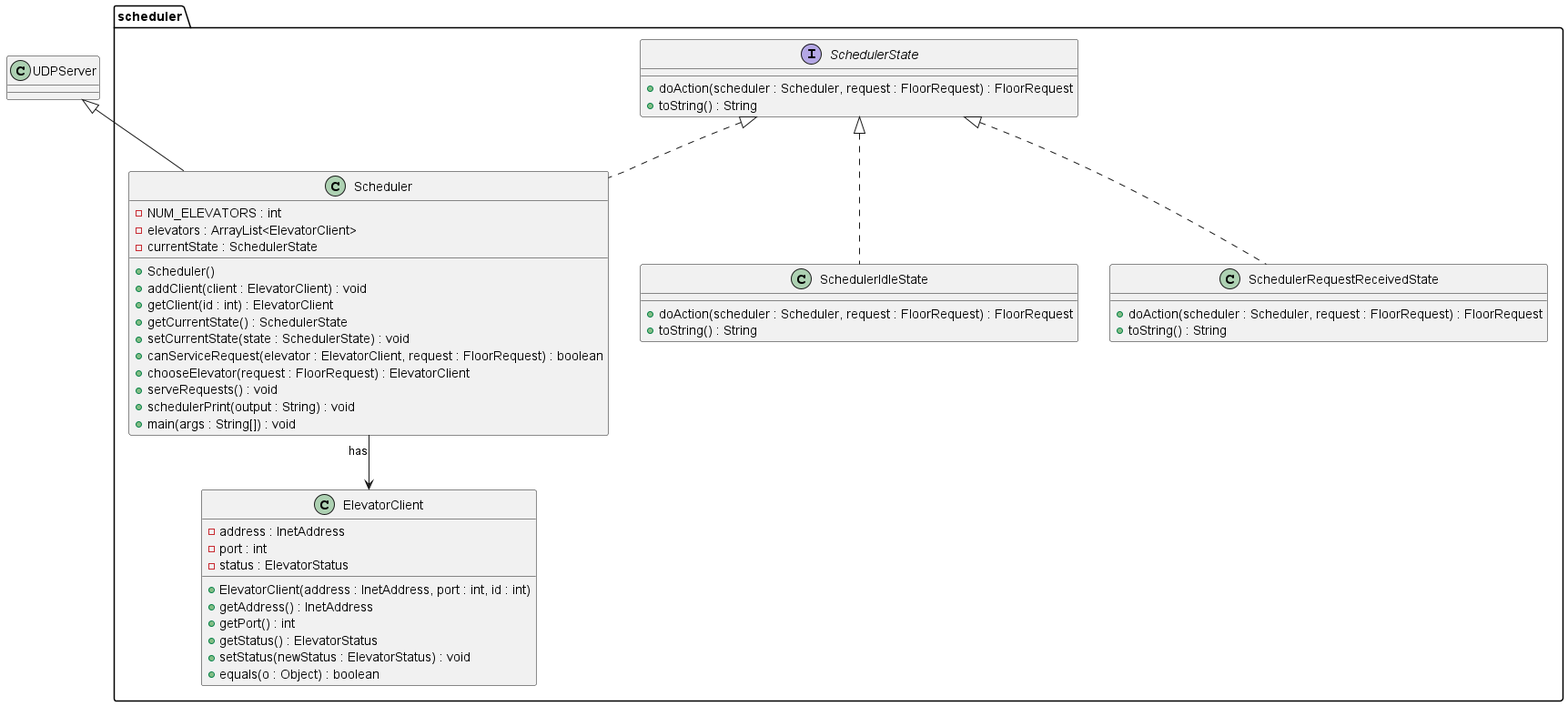
The PlantUML diagram docs/SchedulerSubsystemClassDiagram.png in kavvykav/SYSC3303-project, before a commit.
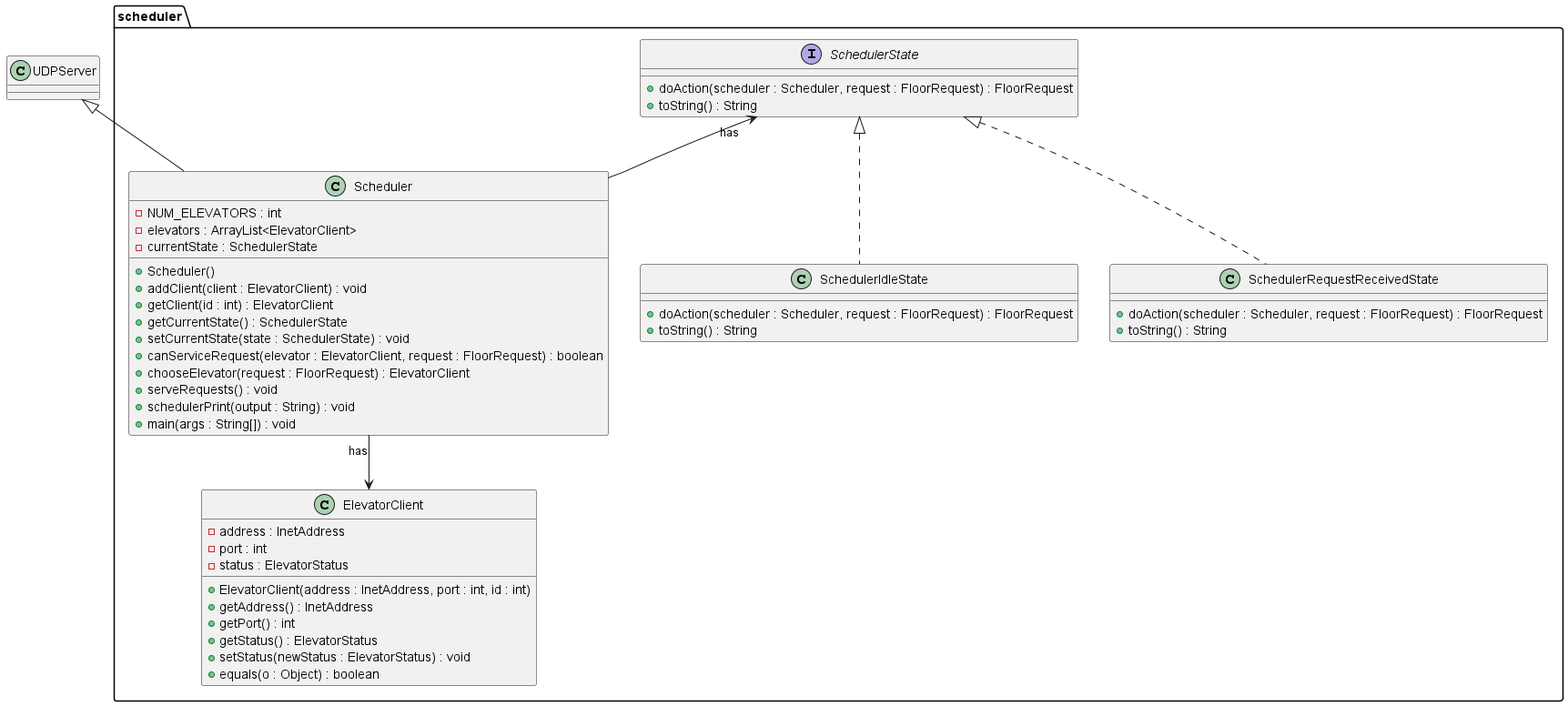
Later version of the same file.

The edit, as a diff of the source:
```diff
@@ -52,7 +52,8 @@
 
 SchedulerState <|.. SchedulerIdleState
 SchedulerState <|.. SchedulerRequestReceivedState
-SchedulerState <|.. Scheduler
+
+SchedulerState "has" <-- Scheduler
 
 }
 
```
